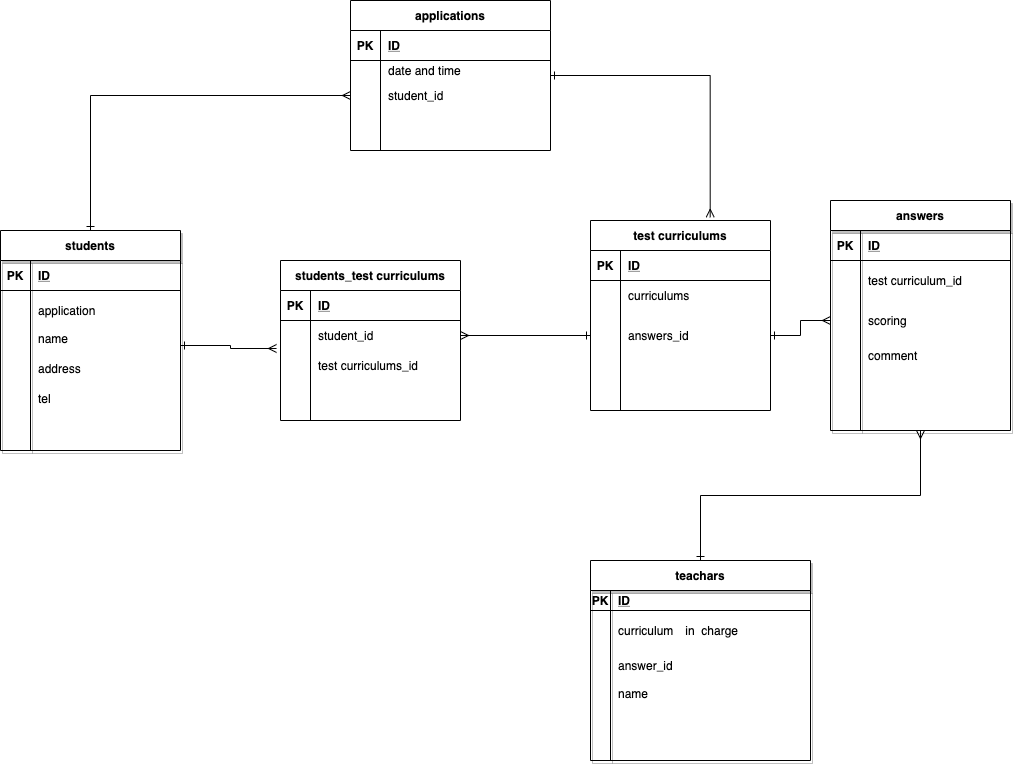
This is indesx.drawio.png from oninopantsu/diagrams.net, a draw.io export, as it was before one commit. Source tidied: cells renumbered, new cells last; positions are measured from the earlier drawing's top-left corner, leaving out a move shared by most shapes.
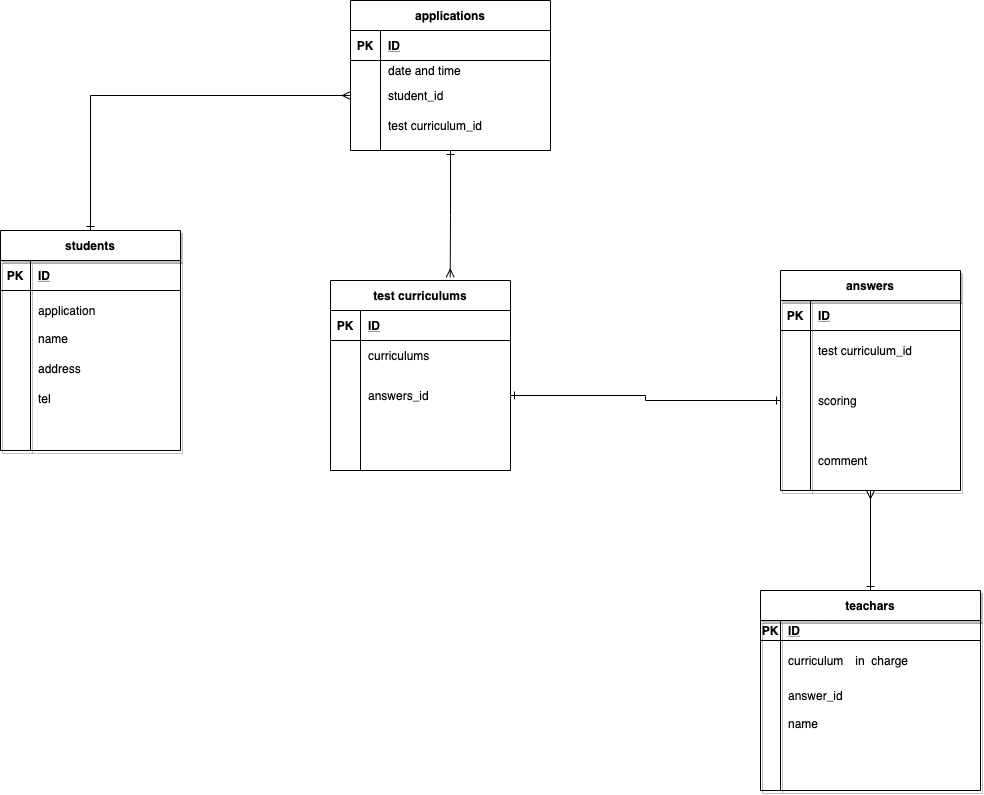
Above is the later version.

Change to the diagram source:
```diff
@@ -6,7 +6,7 @@
       <mxGeometry relative="1" as="geometry" />
     </mxCell>
     <mxCell id="3" value="teachars" style="shape=table;startSize=30;rowLines=0;fontStyle=1;align=center;shadow=1;" parent="1" vertex="1">
-      <mxGeometry x="590" y="560" width="220" height="200" as="geometry" />
+      <mxGeometry x="760" y="590" width="220" height="200" as="geometry" />
     </mxCell>
     <mxCell id="4" style="shape=partialRectangle;fillColor=none;top=0;left=0;bottom=1;right=0;" parent="3" vertex="1">
       <mxGeometry y="30" width="220" height="20" as="geometry" />
@@ -87,7 +87,7 @@
       <mxGeometry x="30" width="150" height="30" as="geometry" />
     </mxCell>
     <mxCell id="30" value="answers" style="shape=table;startSize=30;rowLines=0;fontStyle=1;align=center;shadow=1;" parent="1" vertex="1">
-      <mxGeometry x="830" y="200" width="180" height="230" as="geometry" />
+      <mxGeometry x="780" y="270" width="180" height="220" as="geometry" />
     </mxCell>
     <mxCell id="31" style="shape=partialRectangle;fillColor=none;top=0;left=0;bottom=1;right=0;" parent="30" vertex="1">
       <mxGeometry y="30" width="180" height="30" as="geometry" />
@@ -108,22 +108,22 @@
       <mxGeometry x="30" width="150" height="40" as="geometry" />
     </mxCell>
     <mxCell id="37" style="shape=partialRectangle;fillColor=none;top=0;left=0;bottom=0;right=0;points=[[0,0.5],[1,0.5]];portConstraint=eastwest;" parent="30" vertex="1">
-      <mxGeometry y="100" width="180" height="40" as="geometry" />
+      <mxGeometry y="100" width="180" height="60" as="geometry" />
     </mxCell>
     <mxCell id="38" style="shape=partialRectangle;fillColor=none;top=0;left=0;bottom=0;right=0;overflow=hidden;" parent="37" vertex="1">
-      <mxGeometry width="30" height="40" as="geometry" />
+      <mxGeometry width="30" height="60" as="geometry" />
     </mxCell>
     <mxCell id="39" value="scoring" style="shape=partialRectangle;fillColor=none;top=0;left=0;bottom=0;right=0;align=left;spacingLeft=6;overflow=hidden;" parent="37" vertex="1">
-      <mxGeometry x="30" width="150" height="40" as="geometry" />
+      <mxGeometry x="30" width="150" height="60" as="geometry" />
     </mxCell>
     <mxCell id="40" style="shape=partialRectangle;fillColor=none;top=0;left=0;bottom=0;right=0;" parent="30" vertex="1">
-      <mxGeometry y="140" width="180" height="30" as="geometry" />
+      <mxGeometry y="160" width="180" height="60" as="geometry" />
     </mxCell>
     <mxCell id="41" style="shape=partialRectangle;fillColor=none;top=0;left=0;bottom=0;right=0;overflow=hidden;" parent="40" vertex="1">
-      <mxGeometry width="30" height="30" as="geometry" />
+      <mxGeometry width="30" height="60" as="geometry" />
     </mxCell>
     <mxCell id="42" value="comment" style="shape=partialRectangle;fillColor=none;top=0;left=0;bottom=0;right=0;align=left;spacingLeft=6;overflow=hidden;" parent="40" vertex="1">
-      <mxGeometry x="30" width="150" height="30" as="geometry" />
+      <mxGeometry x="30" width="150" height="60" as="geometry" />
     </mxCell>
     <mxCell id="43" value="tel&#10;" style="shape=partialRectangle;fillColor=none;top=0;left=0;bottom=0;right=0;align=left;spacingLeft=6;overflow=hidden;" parent="1" vertex="1">
       <mxGeometry x="30" y="390" width="150" height="30" as="geometry" />
@@ -167,11 +167,11 @@
     <mxCell id="56" style="shape=partialRectangle;fillColor=none;top=0;left=0;bottom=0;right=0;overflow=hidden;" parent="55" vertex="1">
       <mxGeometry width="30" height="30" as="geometry" />
     </mxCell>
-    <mxCell id="57" style="shape=partialRectangle;fillColor=none;top=0;left=0;bottom=0;right=0;align=left;spacingLeft=6;overflow=hidden;" parent="55" vertex="1">
+    <mxCell id="57" value="test curriculum_id" style="shape=partialRectangle;fillColor=none;top=0;left=0;bottom=0;right=0;align=left;spacingLeft=6;overflow=hidden;" parent="55" vertex="1">
       <mxGeometry x="30" width="170" height="30" as="geometry" />
     </mxCell>
     <mxCell id="58" value="test curriculums" style="shape=table;startSize=30;rowLines=0;fontStyle=1;align=center;" parent="1" vertex="1">
-      <mxGeometry x="590" y="220" width="180" height="190" as="geometry" />
+      <mxGeometry x="330" y="280" width="180" height="190" as="geometry" />
     </mxCell>
     <mxCell id="59" style="shape=partialRectangle;fillColor=none;top=0;left=0;bottom=1;right=0;" parent="58" vertex="1">
       <mxGeometry y="30" width="180" height="30" as="geometry" />
@@ -209,53 +209,8 @@
     <mxCell id="70" style="shape=partialRectangle;fillColor=none;top=0;left=0;bottom=0;right=0;align=left;spacingLeft=6;overflow=hidden;" parent="68" vertex="1">
       <mxGeometry x="30" width="150" height="30" as="geometry" />
     </mxCell>
-    <mxCell id="71" style="edgeStyle=orthogonalEdgeStyle;rounded=0;jettySize=auto;html=1;entryX=1;entryY=0.5;entryDx=0;entryDy=0;startArrow=ERmany;startFill=0;endArrow=ERone;endFill=0;" parent="1" edge="1" source="37" target="65">
+    <mxCell id="71" style="edgeStyle=orthogonalEdgeStyle;rounded=0;jettySize=auto;html=1;entryX=1;entryY=0.5;entryDx=0;entryDy=0;startArrow=ERone;startFill=0;endArrow=ERone;endFill=0;" parent="1" edge="1" source="37" target="65">
       <mxGeometry relative="1" as="geometry" />
     </mxCell>
-    <mxCell id="72" value="students_test curriculums" style="shape=table;startSize=30;rowLines=0;fontStyle=1;align=center;" parent="1" vertex="1">
-      <mxGeometry x="280" y="260" width="180" height="160" as="geometry" />
-    </mxCell>
-    <mxCell id="73" style="shape=partialRectangle;fillColor=none;top=0;left=0;bottom=1;right=0;" parent="72" vertex="1">
-      <mxGeometry y="30" width="180" height="30" as="geometry" />
-    </mxCell>
-    <mxCell id="74" value="PK" style="shape=partialRectangle;fillColor=none;top=0;left=0;bottom=0;right=0;fontStyle=1;overflow=hidden;" parent="73" vertex="1">
-      <mxGeometry width="30" height="30" as="geometry" />
-    </mxCell>
-    <mxCell id="75" value="ID" style="shape=partialRectangle;fillColor=none;top=0;left=0;bottom=0;right=0;align=left;spacingLeft=6;fontStyle=5;overflow=hidden;" parent="73" vertex="1">
-      <mxGeometry x="30" width="150" height="30" as="geometry" />
-    </mxCell>
-    <mxCell id="76" style="shape=partialRectangle;fillColor=none;top=0;left=0;bottom=0;right=0;points=[[0,0.5],[1,0.5]];portConstraint=eastwest;" parent="72" vertex="1">
-      <mxGeometry y="60" width="180" height="30" as="geometry" />
-    </mxCell>
-    <mxCell id="77" style="shape=partialRectangle;fillColor=none;top=0;left=0;bottom=0;right=0;overflow=hidden;" parent="76" vertex="1">
-      <mxGeometry width="30" height="30" as="geometry" />
-    </mxCell>
-    <mxCell id="78" value="student_id" style="shape=partialRectangle;fillColor=none;top=0;left=0;bottom=0;right=0;align=left;spacingLeft=6;overflow=hidden;" parent="76" vertex="1">
-      <mxGeometry x="30" width="150" height="30" as="geometry" />
-    </mxCell>
-    <mxCell id="79" style="shape=partialRectangle;fillColor=none;top=0;left=0;bottom=0;right=0;points=[[0,0.5],[1,0.5]];portConstraint=eastwest;" parent="72" vertex="1">
-      <mxGeometry y="90" width="180" height="30" as="geometry" />
-    </mxCell>
-    <mxCell id="80" style="shape=partialRectangle;fillColor=none;top=0;left=0;bottom=0;right=0;overflow=hidden;" parent="79" vertex="1">
-      <mxGeometry width="30" height="30" as="geometry" />
-    </mxCell>
-    <mxCell id="81" value="test curriculums_id" style="shape=partialRectangle;fillColor=none;top=0;left=0;bottom=0;right=0;align=left;spacingLeft=6;overflow=hidden;" parent="79" vertex="1">
-      <mxGeometry x="30" width="150" height="30" as="geometry" />
-    </mxCell>
-    <mxCell id="82" style="shape=partialRectangle;fillColor=none;top=0;left=0;bottom=0;right=0;" parent="72" vertex="1">
-      <mxGeometry y="120" width="180" height="30" as="geometry" />
-    </mxCell>
-    <mxCell id="83" style="shape=partialRectangle;fillColor=none;top=0;left=0;bottom=0;right=0;overflow=hidden;" parent="82" vertex="1">
-      <mxGeometry width="30" height="30" as="geometry" />
-    </mxCell>
-    <mxCell id="84" style="shape=partialRectangle;fillColor=none;top=0;left=0;bottom=0;right=0;align=left;spacingLeft=6;overflow=hidden;" parent="82" vertex="1">
-      <mxGeometry x="30" width="150" height="30" as="geometry" />
-    </mxCell>
-    <mxCell id="85" style="edgeStyle=orthogonalEdgeStyle;rounded=0;jettySize=auto;html=1;entryX=-0.022;entryY=-0.067;entryDx=0;entryDy=0;entryPerimeter=0;startArrow=ERone;startFill=0;endArrow=ERmany;endFill=0;" parent="1" edge="1" source="24" target="79">
-      <mxGeometry relative="1" as="geometry" />
-    </mxCell>
-    <mxCell id="86" style="edgeStyle=orthogonalEdgeStyle;rounded=0;jettySize=auto;html=1;entryX=1;entryY=0.5;entryDx=0;entryDy=0;startArrow=ERone;startFill=0;endArrow=ERmany;endFill=0;" parent="1" edge="1" source="65" target="76">
-      <mxGeometry relative="1" as="geometry" />
-    </mxCell>
   </root>
 </mxGraphModel>
```
